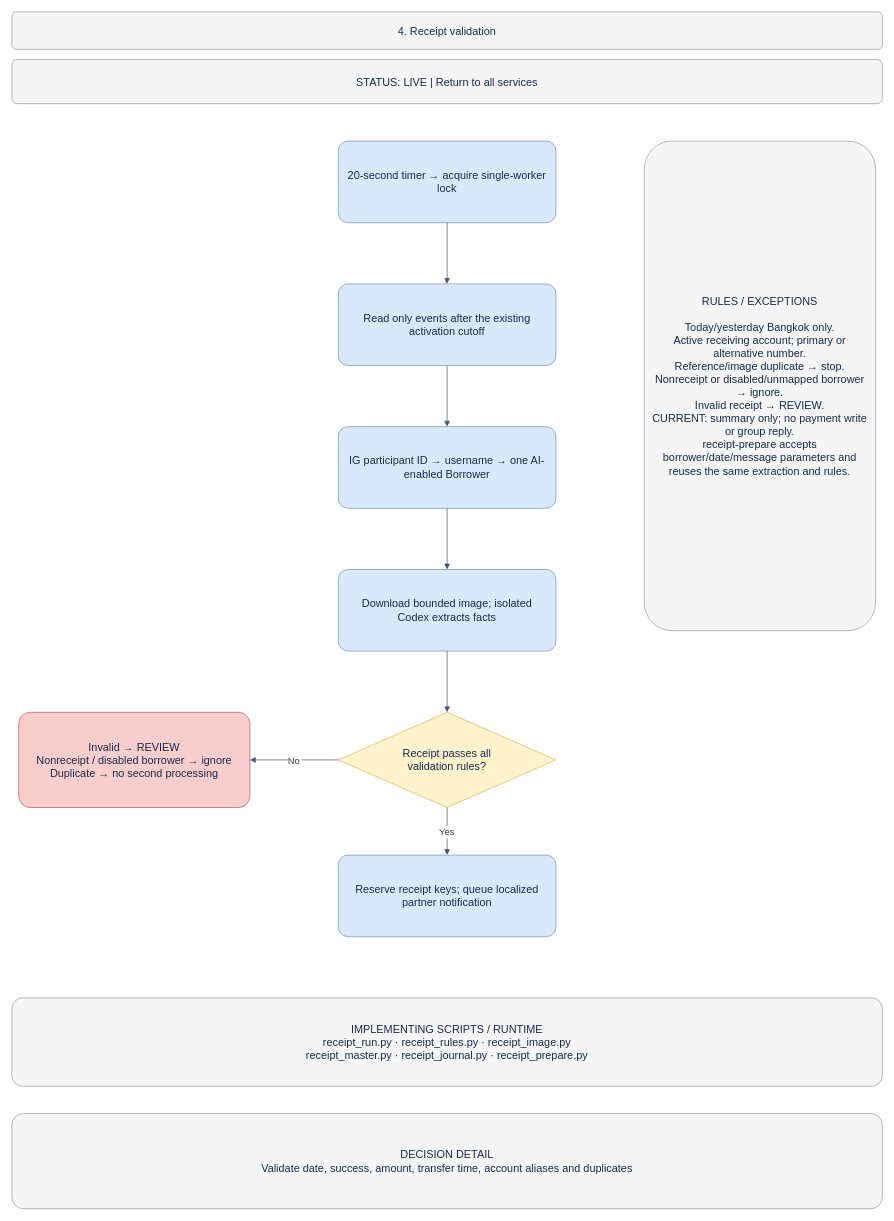
Above: page "04 · Receipt validation" (4 of 16) of docs/BUSINESS_PROCESS.drawio in welct0407/MW-Credit-App (draw.io), before the change. Source tidied: cells renumbered, new cells numbered last; positions are measured from the earlier drawing's top-left corner, leaving out a move shared by most shapes. Both pictures are drawn from the tidied source at 68%, with x=0, y=0 at pixel (12, 12).
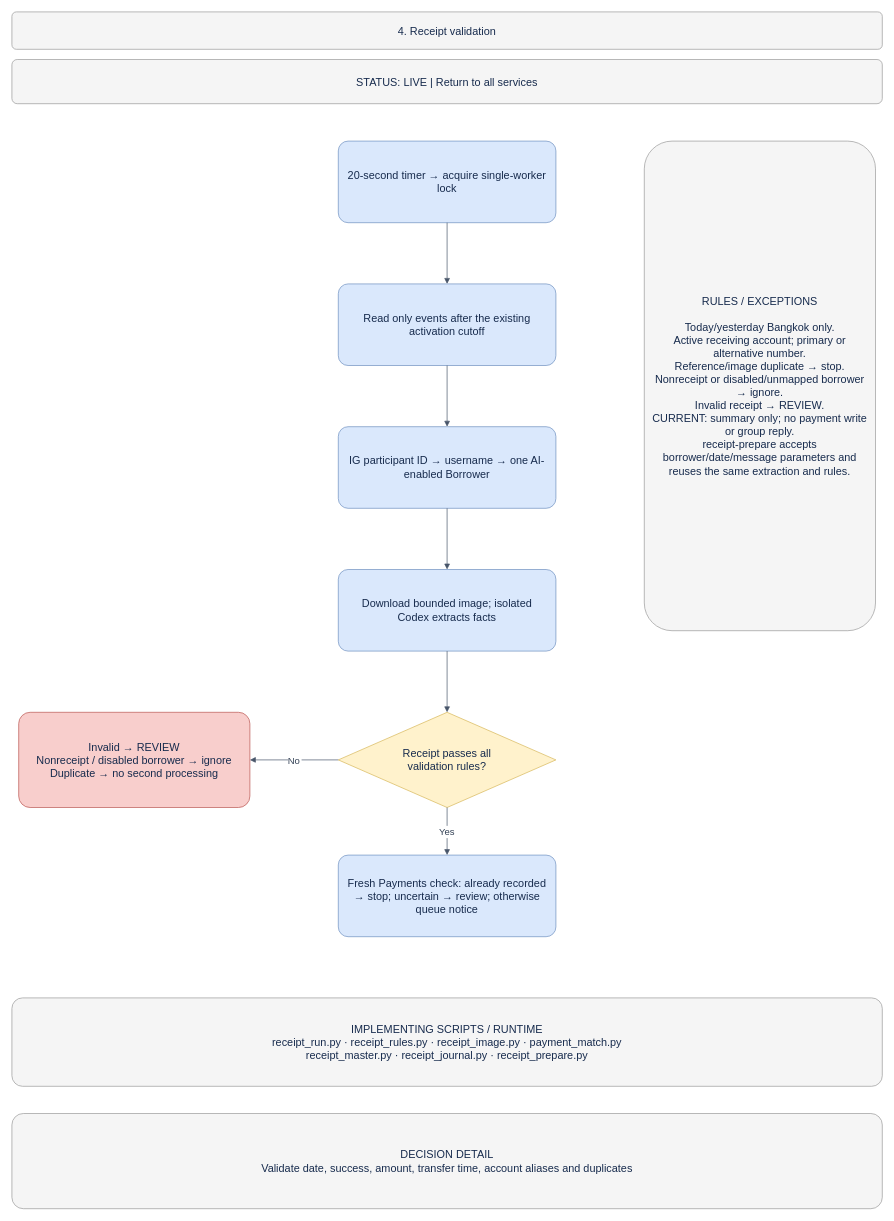
The same page after the edit.

Commit message (it also covers changes not shown here):
Record verified manual-payment guard and receipt process diagram

Diff of the diagram source:
```diff
@@
 <mxGraphModel>
   <root>
     <mxCell id="0" />
     <mxCell id="1" parent="0" />
     <mxCell id="2" value="4. Receipt validation" style="rounded=1;arcSize=12;whiteSpace=wrap;html=0;fillColor=#f5f5f5;strokeColor=#999999;fontColor=#172b4d;fontSize=16;align=center;verticalAlign=middle;spacing=12;" parent="1" vertex="1">
       <mxGeometry width="1280" height="55" as="geometry" />
     </mxCell>
     <mxCell id="3" value="STATUS: LIVE  |  Return to all services" style="rounded=1;arcSize=12;whiteSpace=wrap;html=0;fillColor=#f5f5f5;strokeColor=#999999;fontColor=#172b4d;fontSize=16;align=center;verticalAlign=middle;spacing=12;" parent="1" vertex="1">
       <mxGeometry y="70" width="1280" height="65" as="geometry" />
     </mxCell>
     <mxCell id="4" value="20-second timer → acquire single-worker lock" style="rounded=1;arcSize=12;whiteSpace=wrap;html=0;fillColor=#dae8fc;strokeColor=#6c8ebf;fontColor=#172b4d;fontSize=16;align=center;verticalAlign=middle;spacing=12;" parent="1" vertex="1">
       <mxGeometry x="480" y="190" width="320" height="120" as="geometry" />
     </mxCell>
     <mxCell id="5" value="Read only events after the existing activation cutoff" style="rounded=1;arcSize=12;whiteSpace=wrap;html=0;fillColor=#dae8fc;strokeColor=#6c8ebf;fontColor=#172b4d;fontSize=16;align=center;verticalAlign=middle;spacing=12;" parent="1" vertex="1">
       <mxGeometry x="480" y="400" width="320" height="120" as="geometry" />
     </mxCell>
     <mxCell id="6" style="edgeStyle=orthogonalEdgeStyle;rounded=0;jettySize=auto;html=0;endArrow=block;endFill=1;strokeColor=#475569;fontColor=#334155;fontSize=14;labelBackgroundColor=#ffffff;" parent="1" edge="1" source="4" target="5">
       <mxGeometry relative="1" as="geometry" />
     </mxCell>
     <mxCell id="7" value="IG participant ID → username → one AI-enabled Borrower" style="rounded=1;arcSize=12;whiteSpace=wrap;html=0;fillColor=#dae8fc;strokeColor=#6c8ebf;fontColor=#172b4d;fontSize=16;align=center;verticalAlign=middle;spacing=12;" parent="1" vertex="1">
       <mxGeometry x="480" y="610" width="320" height="120" as="geometry" />
     </mxCell>
     <mxCell id="8" style="edgeStyle=orthogonalEdgeStyle;rounded=0;jettySize=auto;html=0;endArrow=block;endFill=1;strokeColor=#475569;fontColor=#334155;fontSize=14;labelBackgroundColor=#ffffff;" parent="1" edge="1" source="5" target="7">
       <mxGeometry relative="1" as="geometry" />
     </mxCell>
     <mxCell id="9" value="Download bounded image; isolated Codex extracts facts" style="rounded=1;arcSize=12;whiteSpace=wrap;html=0;fillColor=#dae8fc;strokeColor=#6c8ebf;fontColor=#172b4d;fontSize=16;align=center;verticalAlign=middle;spacing=12;" parent="1" vertex="1">
       <mxGeometry x="480" y="820" width="320" height="120" as="geometry" />
     </mxCell>
     <mxCell id="10" style="edgeStyle=orthogonalEdgeStyle;rounded=0;jettySize=auto;html=0;endArrow=block;endFill=1;strokeColor=#475569;fontColor=#334155;fontSize=14;labelBackgroundColor=#ffffff;" parent="1" edge="1" source="7" target="9">
       <mxGeometry relative="1" as="geometry" />
     </mxCell>
     <mxCell id="11" value="Receipt passes all&#10;validation rules?" style="rhombus;whiteSpace=wrap;html=0;fillColor=#fff2cc;strokeColor=#d6b656;fontColor=#172b4d;fontSize=16;align=center;verticalAlign=middle;spacing=12;" parent="1" vertex="1">
       <mxGeometry x="480" y="1030" width="320" height="140" as="geometry" />
     </mxCell>
     <mxCell id="12" style="edgeStyle=orthogonalEdgeStyle;rounded=0;jettySize=auto;html=0;endArrow=block;endFill=1;strokeColor=#475569;fontColor=#334155;fontSize=14;labelBackgroundColor=#ffffff;" parent="1" edge="1" source="9" target="11">
       <mxGeometry relative="1" as="geometry" />
     </mxCell>
-    <mxCell id="13" value="Reserve receipt keys; queue localized partner notification" style="rounded=1;arcSize=12;whiteSpace=wrap;html=0;fillColor=#dae8fc;strokeColor=#6c8ebf;fontColor=#172b4d;fontSize=16;align=center;verticalAlign=middle;spacing=12;" parent="1" vertex="1">
+    <mxCell id="13" value="Fresh Payments check: already recorded → stop; uncertain → review; otherwise queue notice" style="rounded=1;arcSize=12;whiteSpace=wrap;html=0;fillColor=#dae8fc;strokeColor=#6c8ebf;fontColor=#172b4d;fontSize=16;align=center;verticalAlign=middle;spacing=12;" parent="1" vertex="1">
       <mxGeometry x="480" y="1240" width="320" height="120" as="geometry" />
     </mxCell>
     <mxCell id="14" value="Yes" style="edgeStyle=orthogonalEdgeStyle;rounded=0;jettySize=auto;html=0;endArrow=block;endFill=1;strokeColor=#475569;fontColor=#334155;fontSize=14;labelBackgroundColor=#ffffff;" parent="1" edge="1" source="11" target="13">
       <mxGeometry relative="1" as="geometry" />
     </mxCell>
     <mxCell id="15" value="Invalid → REVIEW&#10;Nonreceipt / disabled borrower → ignore&#10;Duplicate → no second processing" style="rounded=1;arcSize=12;whiteSpace=wrap;html=0;fillColor=#f8cecc;strokeColor=#b85450;fontColor=#172b4d;fontSize=16;align=center;verticalAlign=middle;spacing=12;" parent="1" vertex="1">
       <mxGeometry x="10" y="1030" width="340" height="140" as="geometry" />
     </mxCell>
     <mxCell id="16" value="No" style="edgeStyle=orthogonalEdgeStyle;rounded=0;jettySize=auto;html=0;endArrow=block;endFill=1;strokeColor=#475569;fontColor=#334155;fontSize=14;labelBackgroundColor=#ffffff;" parent="1" edge="1" source="11" target="15">
       <mxGeometry relative="1" as="geometry" />
     </mxCell>
     <mxCell id="17" value="RULES / EXCEPTIONS&#10;&#10;Today/yesterday Bangkok only.&#10;Active receiving account; primary or alternative number.&#10;Reference/image duplicate → stop.&#10;Nonreceipt or disabled/unmapped borrower → ignore.&#10;Invalid receipt → REVIEW.&#10;CURRENT: summary only; no payment write or group reply.&#10;receipt-prepare accepts borrower/date/message parameters and reuses the same extraction and rules." style="rounded=1;arcSize=12;whiteSpace=wrap;html=0;fillColor=#f5f5f5;strokeColor=#999999;fontColor=#172b4d;fontSize=16;align=center;verticalAlign=middle;spacing=12;" parent="1" vertex="1">
       <mxGeometry x="930" y="190" width="340" height="720" as="geometry" />
     </mxCell>
-    <mxCell id="18" value="IMPLEMENTING SCRIPTS / RUNTIME&#10;receipt_run.py · receipt_rules.py · receipt_image.py&#10;receipt_master.py · receipt_journal.py · receipt_prepare.py" style="rounded=1;arcSize=12;whiteSpace=wrap;html=0;fillColor=#f5f5f5;strokeColor=#999999;fontColor=#172b4d;fontSize=16;align=center;verticalAlign=middle;spacing=12;" parent="1" vertex="1">
+    <mxCell id="18" value="IMPLEMENTING SCRIPTS / RUNTIME&#10;receipt_run.py · receipt_rules.py · receipt_image.py · payment_match.py&#10;receipt_master.py · receipt_journal.py · receipt_prepare.py" style="rounded=1;arcSize=12;whiteSpace=wrap;html=0;fillColor=#f5f5f5;strokeColor=#999999;fontColor=#172b4d;fontSize=16;align=center;verticalAlign=middle;spacing=12;" parent="1" vertex="1">
       <mxGeometry y="1450" width="1280" height="130" as="geometry" />
     </mxCell>
     <mxCell id="19" value="DECISION DETAIL&#10;Validate date, success, amount, transfer time, account aliases and duplicates" style="rounded=1;arcSize=12;whiteSpace=wrap;html=0;fillColor=#f5f5f5;strokeColor=#999999;fontColor=#172b4d;fontSize=16;align=center;verticalAlign=middle;spacing=12;" parent="1" vertex="1">
       <mxGeometry y="1620" width="1280" height="140" as="geometry" />
     </mxCell>
   </root>
 </mxGraphModel>
```
